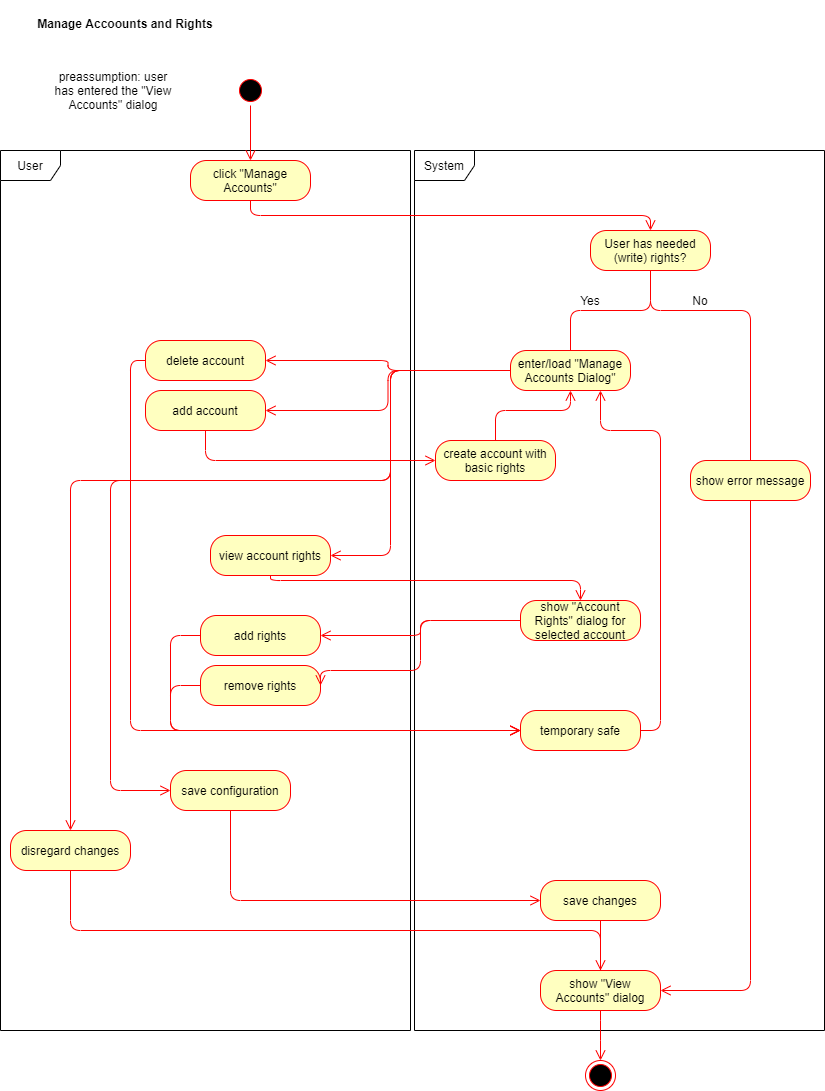
mymanu/Camera-Observation-Tool-Documentation keeps this draw.io diagram as ManageAccountsAndRights_ActivityDiagram.png. Above is the earlier version. Source tidied: cells renumbered, new cells last; positions are measured from the earlier drawing's top-left corner, leaving out a move shared by most shapes.
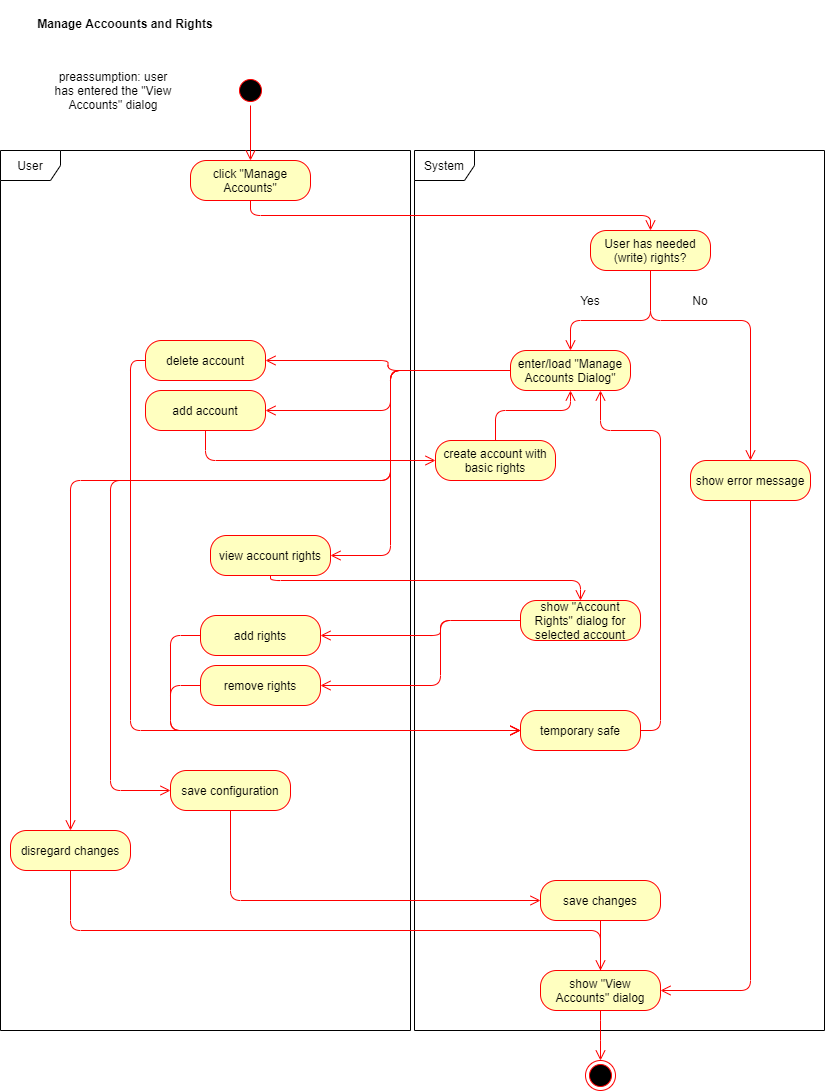
Later version of the same file.

The edit, as a diff of the source:
```diff
@@ -32,17 +32,6 @@
     <mxCell id="11" style="ellipse;html=1;shape=endState;fillColor=#000000;strokeColor=#ff0000;" parent="1" vertex="1">
       <mxGeometry x="585" y="1060" width="30" height="30" as="geometry" />
     </mxCell>
-    <mxCell id="12" style="endArrow=none;html=1;edgeStyle=orthogonalEdgeStyle;strokeColor=#FF0000;entryX=0.5;entryY=1;entryDx=0;entryDy=0;exitX=0.5;exitY=0;exitDx=0;exitDy=0;" parent="1" edge="1" source="17" target="7">
-      <mxGeometry relative="1" as="geometry" />
-    </mxCell>
-    <mxCell id="13" style="endArrow=none;html=1;edgeStyle=orthogonalEdgeStyle;strokeColor=#FF0000;entryX=0.5;entryY=1;entryDx=0;entryDy=0;exitX=0.5;exitY=0;exitDx=0;exitDy=0;" parent="1" edge="1" source="16" target="7">
-      <mxGeometry relative="1" as="geometry">
-        <Array as="points">
-          <mxPoint x="750" y="310" />
-          <mxPoint x="650" y="310" />
-        </Array>
-      </mxGeometry>
-    </mxCell>
     <mxCell id="14" value="click &quot;Manage Accounts&quot;" style="rounded=1;whiteSpace=wrap;html=1;arcSize=40;fontColor=#000000;fillColor=#ffffc0;strokeColor=#ff0000;" parent="1" vertex="1">
       <mxGeometry x="190" y="160" width="120" height="40" as="geometry" />
     </mxCell>
@@ -79,8 +68,13 @@
     <mxCell id="25" style="edgeStyle=orthogonalEdgeStyle;html=1;verticalAlign=bottom;endArrow=open;endSize=8;strokeColor=#ff0000;entryX=1;entryY=0.5;entryDx=0;entryDy=0;exitX=0;exitY=0.5;exitDx=0;exitDy=0;" parent="1" edge="1" source="17" target="18">
       <mxGeometry relative="1" as="geometry" />
     </mxCell>
-    <mxCell id="26" style="edgeStyle=orthogonalEdgeStyle;html=1;verticalAlign=bottom;endArrow=open;endSize=8;strokeColor=#ff0000;entryX=1;entryY=0.5;entryDx=0;entryDy=0;exitX=0;exitY=0.5;exitDx=0;exitDy=0;" parent="1" edge="1" source="17" target="19">
-      <mxGeometry relative="1" as="geometry" />
+    <mxCell id="26" style="edgeStyle=orthogonalEdgeStyle;html=1;verticalAlign=bottom;endArrow=open;endSize=8;strokeColor=#ff0000;entryX=1;entryY=0.5;entryDx=0;entryDy=0;exitX=0;exitY=0.5;exitDx=0;exitDy=0;startSize=7;" parent="1" edge="1" source="17" target="19">
+      <mxGeometry relative="1" as="geometry">
+        <Array as="points">
+          <mxPoint x="390" y="370" />
+          <mxPoint x="390" y="410" />
+        </Array>
+      </mxGeometry>
     </mxCell>
     <mxCell id="27" style="edgeStyle=orthogonalEdgeStyle;html=1;verticalAlign=bottom;endArrow=open;endSize=8;strokeColor=#ff0000;entryX=1;entryY=0.5;entryDx=0;entryDy=0;exitX=0;exitY=0.5;exitDx=0;exitDy=0;" parent="1" edge="1" source="17" target="23">
       <mxGeometry relative="1" as="geometry">
@@ -99,13 +93,18 @@
       </mxGeometry>
     </mxCell>
     <mxCell id="29" style="edgeStyle=orthogonalEdgeStyle;html=1;verticalAlign=bottom;endArrow=open;endSize=8;strokeColor=#ff0000;exitX=0;exitY=0.5;exitDx=0;exitDy=0;entryX=1;entryY=0.5;entryDx=0;entryDy=0;" parent="1" edge="1" source="24" target="20">
-      <mxGeometry relative="1" as="geometry" />
+      <mxGeometry relative="1" as="geometry">
+        <Array as="points">
+          <mxPoint x="440" y="620" />
+          <mxPoint x="440" y="635" />
+        </Array>
+      </mxGeometry>
     </mxCell>
     <mxCell id="30" style="edgeStyle=orthogonalEdgeStyle;html=1;verticalAlign=bottom;endArrow=open;endSize=8;strokeColor=#ff0000;entryX=1;entryY=0.5;entryDx=0;entryDy=0;exitX=0;exitY=0.5;exitDx=0;exitDy=0;" parent="1" edge="1" source="24" target="21">
       <mxGeometry relative="1" as="geometry">
         <Array as="points">
-          <mxPoint x="420" y="620" />
-          <mxPoint x="420" y="670" />
+          <mxPoint x="440" y="620" />
+          <mxPoint x="440" y="685" />
         </Array>
       </mxGeometry>
     </mxCell>
@@ -228,5 +227,21 @@
         </Array>
       </mxGeometry>
     </mxCell>
+    <mxCell id="49" style="edgeStyle=orthogonalEdgeStyle;html=1;verticalAlign=bottom;endArrow=open;endSize=8;strokeColor=#ff0000;entryX=0.5;entryY=0;entryDx=0;entryDy=0;exitX=0.5;exitY=1;exitDx=0;exitDy=0;" parent="1" edge="1" source="7" target="16">
+      <mxGeometry relative="1" as="geometry">
+        <Array as="points">
+          <mxPoint x="650" y="320" />
+          <mxPoint x="750" y="320" />
+        </Array>
+      </mxGeometry>
+    </mxCell>
+    <mxCell id="50" style="edgeStyle=orthogonalEdgeStyle;html=1;verticalAlign=bottom;endArrow=open;endSize=8;strokeColor=#ff0000;entryX=0.5;entryY=0;entryDx=0;entryDy=0;exitX=0.5;exitY=1;exitDx=0;exitDy=0;" parent="1" edge="1" source="7" target="17">
+      <mxGeometry relative="1" as="geometry">
+        <Array as="points">
+          <mxPoint x="650" y="320" />
+          <mxPoint x="570" y="320" />
+        </Array>
+      </mxGeometry>
+    </mxCell>
   </root>
 </mxGraphModel>
```
